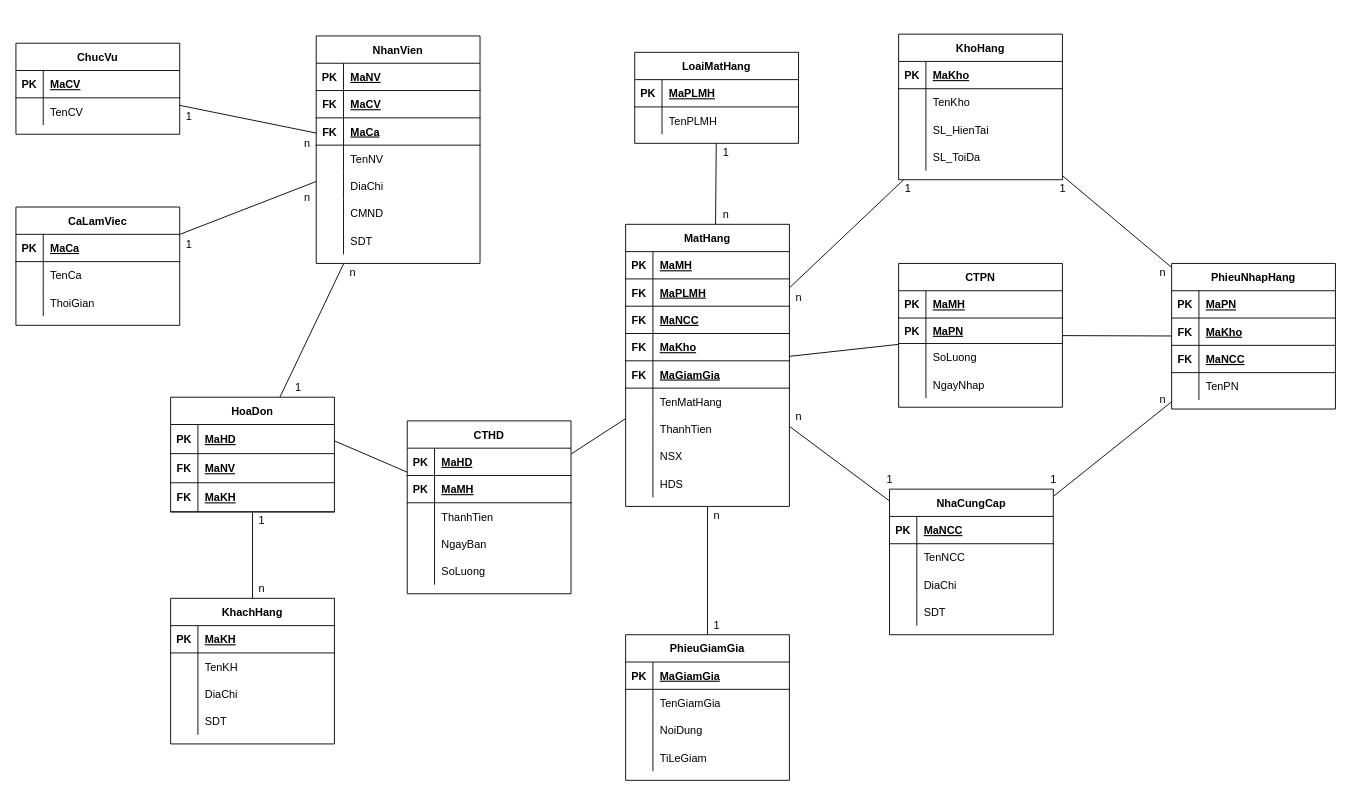
Above: docs/ERD_Table.drawio in EdgarIgnite16/Mini-Store-Manager (draw.io), before the change. Source tidied: cells renumbered, new cells numbered last; positions are measured from the earlier drawing's top-left corner, leaving out a move shared by most shapes. Both pictures are drawn from the tidied source at 91%, with x=0, y=0 at pixel (15, 15).
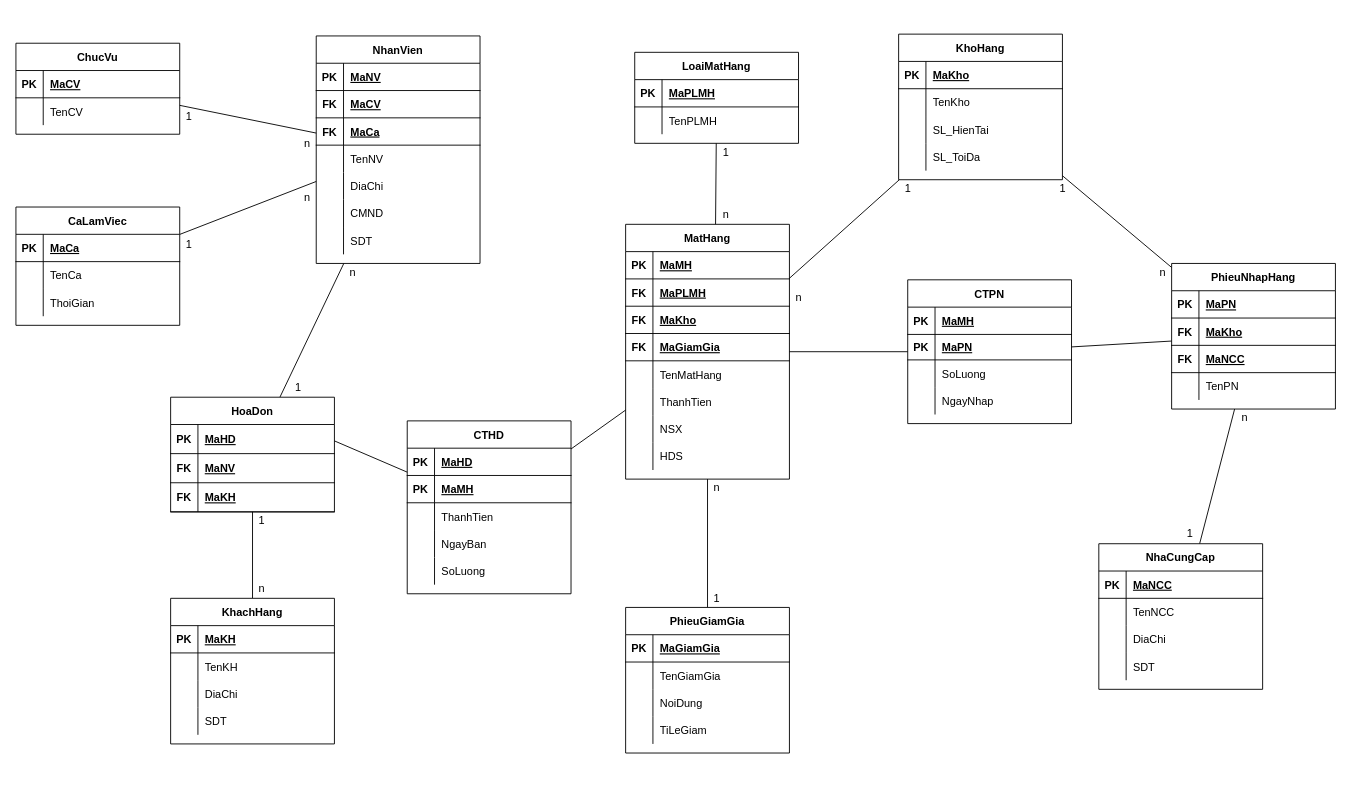
Above is the later version.

Commit message (it also covers changes not shown here):
update ERD and fix some DTO

What changed in the source:
```diff
@@
-    <mxCell id="14" style="edgeStyle=none;rounded=0;jettySize=auto;html=1;endArrow=none;endFill=0;" parent="1" edge="1" source="122" target="163">
-      <mxGeometry relative="1" as="geometry" />
-    </mxCell>
@@
-    <mxCell id="29" value="n" style="text;html=1;align=center;verticalAlign=middle;strokeColor=none;fillColor=none;" parent="1" vertex="1">
-      <mxGeometry x="850" y="430" width="20" height="20" as="geometry" />
-    </mxCell>
-    <mxCell id="30" value="1" style="text;html=1;align=center;verticalAlign=middle;strokeColor=none;fillColor=none;" parent="1" vertex="1">
-      <mxGeometry x="950" y="500" width="20" height="20" as="geometry" />
-    </mxCell>
     <mxCell id="31" value="n" style="text;html=1;align=center;verticalAlign=middle;strokeColor=none;fillColor=none;" parent="1" vertex="1">
-      <mxGeometry x="1250" y="412" width="20" height="20" as="geometry" />
+      <mxGeometry x="1340" y="432" width="20" height="20" as="geometry" />
     </mxCell>
     <mxCell id="32" value="1" style="text;html=1;align=center;verticalAlign=middle;strokeColor=none;fillColor=none;" parent="1" vertex="1">
-      <mxGeometry x="1130" y="500" width="20" height="20" as="geometry" />
+      <mxGeometry x="1280" y="559" width="20" height="20" as="geometry" />
     </mxCell>
@@
     <mxCell id="122" value="MatHang" style="shape=table;startSize=30;childLayout=tableLayout;rowLines=0;fontStyle=1;align=center;strokeColor=default;" parent="1" vertex="1">
-      <mxGeometry x="670" y="229" width="180" height="310" as="geometry" />
+      <mxGeometry x="670" y="229" width="180" height="280" as="geometry" />
     </mxCell>
@@
-    <mxCell id="129" style="shape=tableRow;horizontal=0;startSize=0;swimlaneHead=0;swimlaneBody=0;fillColor=none;top=0;left=0;right=0;bottom=1;strokeColor=default;" parent="122" vertex="1">
-      <mxGeometry y="90" width="180" height="30" as="geometry" />
-    </mxCell>
-    <mxCell id="130" value="FK" style="shape=partialRectangle;fillColor=none;top=0;left=0;bottom=0;right=0;fontStyle=1;overflow=hidden;strokeColor=default;" parent="129" vertex="1">
-      <mxGeometry width="30" height="30" as="geometry" />
-    </mxCell>
-    <mxCell id="131" value="MaNCC" style="shape=partialRectangle;fillColor=none;top=0;left=0;bottom=0;right=0;align=left;spacingLeft=6;fontStyle=5;overflow=hidden;strokeColor=default;" parent="129" vertex="1">
-      <mxGeometry x="30" width="150" height="30" as="geometry" />
-    </mxCell>
     <mxCell id="132" style="shape=tableRow;horizontal=0;startSize=0;swimlaneHead=0;swimlaneBody=0;fillColor=none;top=0;left=0;right=0;bottom=1;strokeColor=default;" parent="122" vertex="1">
-      <mxGeometry y="120" width="180" height="30" as="geometry" />
+      <mxGeometry y="90" width="180" height="30" as="geometry" />
     </mxCell>
@@
     <mxCell id="135" style="shape=tableRow;horizontal=0;startSize=0;swimlaneHead=0;swimlaneBody=0;fillColor=none;top=0;left=0;right=0;bottom=1;strokeColor=default;" parent="122" vertex="1">
-      <mxGeometry y="150" width="180" height="30" as="geometry" />
+      <mxGeometry y="120" width="180" height="30" as="geometry" />
     </mxCell>
@@
     <mxCell id="138" style="shape=tableRow;horizontal=0;startSize=0;swimlaneHead=0;swimlaneBody=0;fillColor=none;top=0;left=0;right=0;bottom=0;strokeColor=default;" parent="122" vertex="1">
-      <mxGeometry y="180" width="180" height="30" as="geometry" />
+      <mxGeometry y="150" width="180" height="30" as="geometry" />
     </mxCell>
@@
     <mxCell id="141" style="shape=tableRow;horizontal=0;startSize=0;swimlaneHead=0;swimlaneBody=0;fillColor=none;top=0;left=0;right=0;bottom=0;strokeColor=default;" parent="122" vertex="1">
-      <mxGeometry y="210" width="180" height="30" as="geometry" />
+      <mxGeometry y="180" width="180" height="30" as="geometry" />
     </mxCell>
@@
     <mxCell id="144" style="shape=tableRow;horizontal=0;startSize=0;swimlaneHead=0;swimlaneBody=0;fillColor=none;top=0;left=0;right=0;bottom=0;strokeColor=default;" parent="122" vertex="1">
-      <mxGeometry y="240" width="180" height="30" as="geometry" />
+      <mxGeometry y="210" width="180" height="30" as="geometry" />
     </mxCell>
@@
     <mxCell id="147" style="shape=tableRow;horizontal=0;startSize=0;swimlaneHead=0;swimlaneBody=0;fillColor=none;top=0;left=0;right=0;bottom=0;strokeColor=default;" parent="122" vertex="1">
-      <mxGeometry y="270" width="180" height="30" as="geometry" />
+      <mxGeometry y="240" width="180" height="30" as="geometry" />
     </mxCell>
@@
     <mxCell id="163" value="NhaCungCap" style="shape=table;startSize=30;childLayout=tableLayout;rowLines=0;fontStyle=1;align=center;strokeColor=default;" parent="1" vertex="1">
-      <mxGeometry x="960" y="520" width="180" height="160" as="geometry" />
+      <mxGeometry x="1190" y="580" width="180" height="160" as="geometry" />
     </mxCell>
@@
     <mxCell id="189" value="CTPN" style="shape=table;startSize=30;childLayout=tableLayout;rowLines=0;fontStyle=1;align=center;" parent="1" vertex="1">
-      <mxGeometry x="970" y="272" width="180" height="158" as="geometry" />
+      <mxGeometry x="980" y="290" width="180" height="158" as="geometry" />
     </mxCell>
@@
     <mxCell id="203" value="PhieuGiamGia" style="shape=table;startSize=30;childLayout=tableLayout;rowLines=0;fontStyle=1;align=center;strokeColor=default;" parent="1" vertex="1">
-      <mxGeometry x="670" y="680" width="180" height="160" as="geometry" />
+      <mxGeometry x="670" y="650" width="180" height="160" as="geometry" />
     </mxCell>
@@
     <mxCell id="216" value="n" style="text;html=1;align=center;verticalAlign=middle;strokeColor=none;fillColor=none;" parent="1" vertex="1">
-      <mxGeometry x="760" y="539" width="20" height="20" as="geometry" />
+      <mxGeometry x="760" y="509" width="20" height="20" as="geometry" />
     </mxCell>
     <mxCell id="217" value="1" style="text;html=1;align=center;verticalAlign=middle;strokeColor=none;fillColor=none;" parent="1" vertex="1">
-      <mxGeometry x="760" y="660" width="20" height="20" as="geometry" />
+      <mxGeometry x="760" y="630" width="20" height="20" as="geometry" />
     </mxCell>
```
